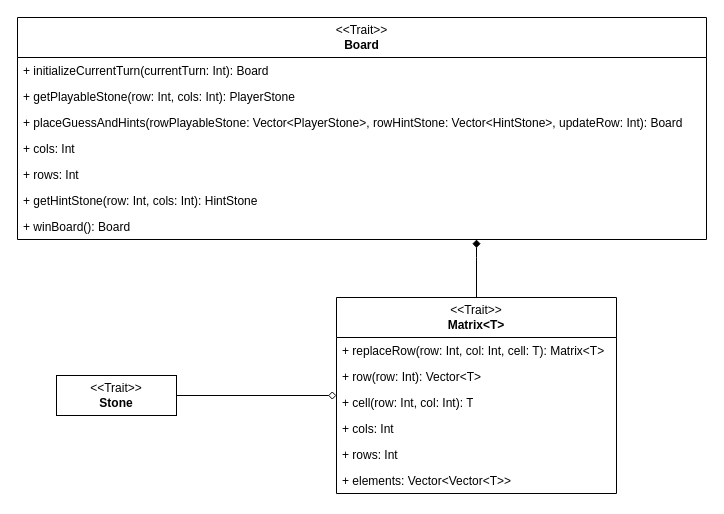
The draw.io diagram page "Pagina-12" (12 of 15) of mastermind.drawio in Totti00/PPS-22-mastermind, before the edit. Source tidied: cells renumbered, new cells numbered last; positions are measured from the earlier drawing's top-left corner, leaving out a move shared by most shapes. Both pictures are drawn from the tidied source at 100%, with x=0, y=0 at pixel (17, 17).
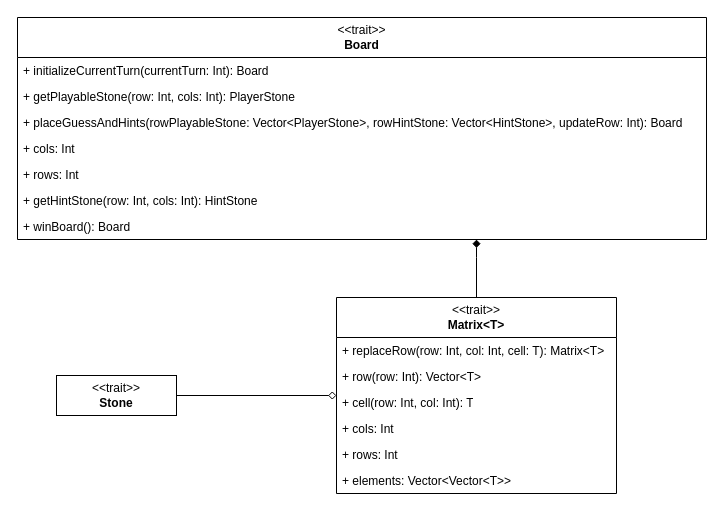
The same diagram, later.

Diff of the diagram source:
```diff
@@
-    <mxCell id="2" value="&amp;lt;&amp;lt;Trait&amp;gt;&amp;gt;&lt;div&gt;&lt;b&gt;Board&lt;/b&gt;&lt;/div&gt;" style="swimlane;fontStyle=0;horizontal=1;startSize=40;fillColor=none;whiteSpace=wrap;html=1;" parent="1" vertex="1">
+    <mxCell id="2" value="&amp;lt;&amp;lt;trait&amp;gt;&amp;gt;&lt;div&gt;&lt;b&gt;Board&lt;/b&gt;&lt;/div&gt;" style="swimlane;fontStyle=0;horizontal=1;startSize=40;fillColor=none;whiteSpace=wrap;html=1;" parent="1" vertex="1">
       <mxGeometry width="689" height="222" as="geometry" />
     </mxCell>
@@
-    <mxCell id="11" value="&amp;lt;&amp;lt;Trait&amp;gt;&amp;gt;&lt;div&gt;&lt;b&gt;Stone&lt;/b&gt;&lt;/div&gt;" style="rounded=0;whiteSpace=wrap;html=1;" parent="1" vertex="1">
+    <mxCell id="11" value="&amp;lt;&amp;lt;trait&amp;gt;&amp;gt;&lt;div&gt;&lt;b&gt;Stone&lt;/b&gt;&lt;/div&gt;" style="rounded=0;whiteSpace=wrap;html=1;" parent="1" vertex="1">
       <mxGeometry x="39" y="358" width="120" height="40" as="geometry" />
     </mxCell>
@@
-    <mxCell id="13" value="&amp;lt;&amp;lt;Trait&amp;gt;&amp;gt;&lt;div&gt;&lt;b&gt;Matrix&amp;lt;T&amp;gt;&lt;/b&gt;&lt;/div&gt;" style="swimlane;fontStyle=0;horizontal=1;startSize=40;fillColor=none;whiteSpace=wrap;html=1;" parent="1" vertex="1">
+    <mxCell id="13" value="&amp;lt;&amp;lt;trait&amp;gt;&amp;gt;&lt;div&gt;&lt;b&gt;Matrix&amp;lt;T&amp;gt;&lt;/b&gt;&lt;/div&gt;" style="swimlane;fontStyle=0;horizontal=1;startSize=40;fillColor=none;whiteSpace=wrap;html=1;" parent="1" vertex="1">
       <mxGeometry x="319" y="280" width="280" height="196" as="geometry" />
     </mxCell>
```
